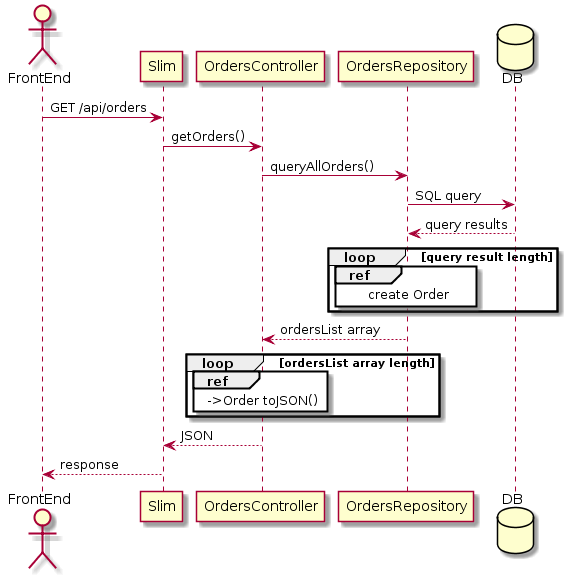
malvinkooo/taxiSystem keeps this PlantUML diagram as docs/BackEnd/SequenceDiagram/GetOrders.png. Above is the earlier version.
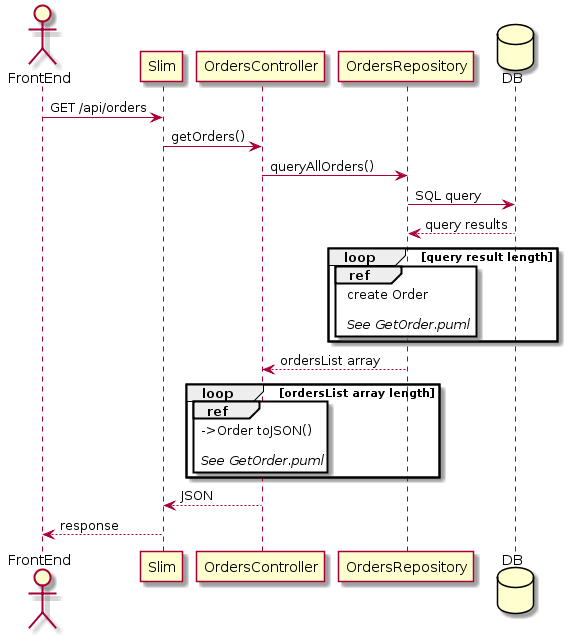
After the change.

The edit, as a diff of the source:
```diff
@@ -14,6 +14,8 @@
 loop query result length
 ref over OrdersRepository
 create Order
+
+//See GetOrder.puml//
 end ref
 end
 
@@ -22,6 +24,8 @@
 loop ordersList array length
 ref over OrdersController
 ->Order toJSON()
+
+//See GetOrder.puml//
 end ref
 end
 
```
